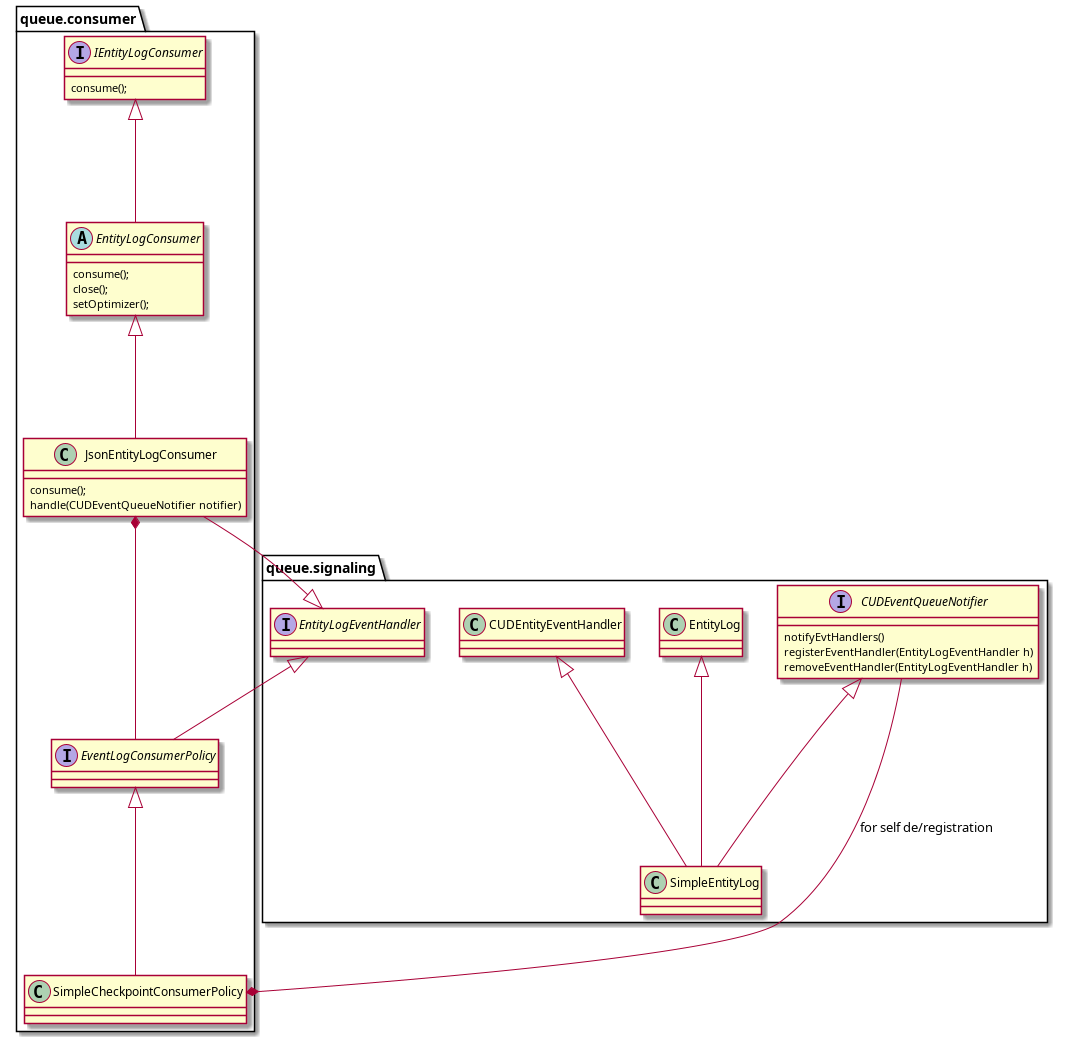
Before: storage_cudevent_queue_consumer.png, a diagram exported from PlantUML (ilkosta/jbudgetimages).
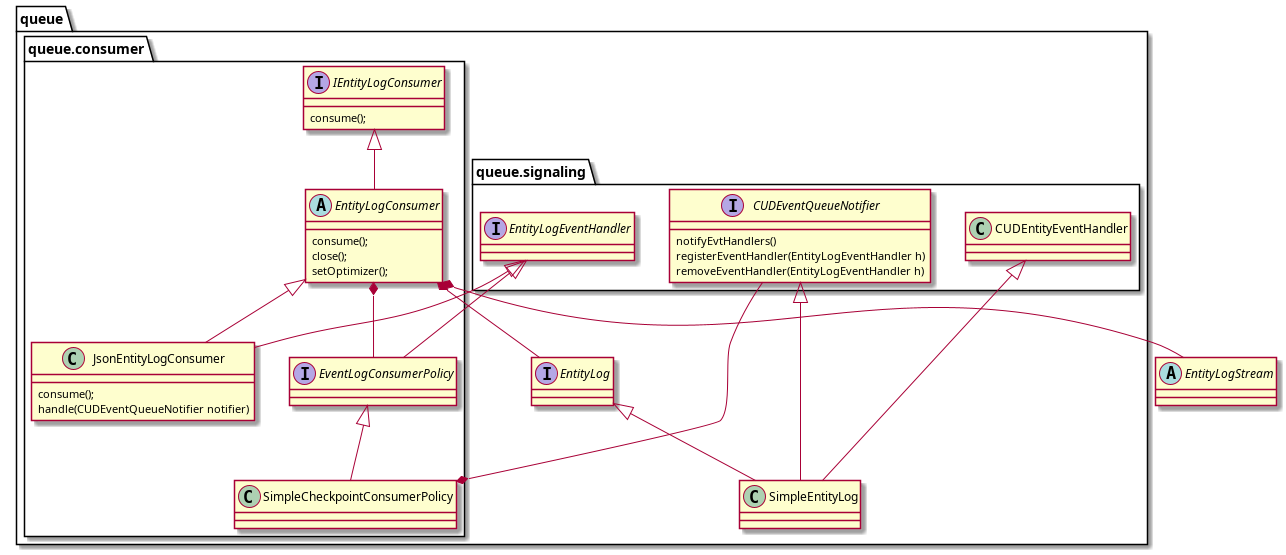
After the change.

What changed in the source:
```diff
@@ -1,53 +1,62 @@
 @startuml ../src/main/java/it/unicam/cs/pa/jbudget101101/doc-files/storage_cudevent_queue_consumer.png
-package queue.signaling {
-    interface CUDEventQueueNotifier {
-      notifyEvtHandlers()
-      registerEventHandler(EntityLogEventHandler h)
-      removeEventHandler(EntityLogEventHandler h)
-    }
-
-    EntityLog               <|-- SimpleEntityLog
-    CUDEntityEventHandler   <|-- SimpleEntityLog
-    CUDEventQueueNotifier   <|-- SimpleEntityLog
-
+abstract class EntityLogStream
+package queue {
+    interface EntityLog
     class SimpleEntityLog
 
-    interface EntityLogEventHandler
+    package queue.signaling {
+        interface CUDEventQueueNotifier {
+          notifyEvtHandlers()
+          registerEventHandler(EntityLogEventHandler h)
+          removeEventHandler(EntityLogEventHandler h)
+        }
 
-}
-package queue.consumer {
-interface IEntityLogConsumer {
-  consume();
-}
-
-IEntityLogConsumer <|-- EntityLogConsumer
-abstract class EntityLogConsumer {
-    consume();
-    close();
-    setOptimizer();
-}
-
-EntityLogConsumer       <|-- JsonEntityLogConsumer
-EntityLogEventHandler   <|-- JsonEntityLogConsumer
-
-
-class JsonEntityLogConsumer {
-    consume();
-    handle(CUDEventQueueNotifier notifier)
-}
-
-JsonEntityLogConsumer *-- EventLogConsumerPolicy
-
-EntityLogEventHandler <|-- EventLogConsumerPolicy
-interface EventLogConsumerPolicy
-EventLogConsumerPolicy <|-- SimpleCheckpointConsumerPolicy
-
-class SimpleCheckpointConsumerPolicy
-SimpleCheckpointConsumerPolicy *-- CUDEventQueueNotifier:for self de/registration
+        EntityLog               <|-- SimpleEntityLog
+        CUDEntityEventHandler   <|-- SimpleEntityLog
+        CUDEventQueueNotifier   <|-- SimpleEntityLog
 
 
 
+        interface EntityLogEventHandler
+
+    }
+
+    package queue.consumer {
+    interface IEntityLogConsumer {
+      consume();
+    }
+
+    IEntityLogConsumer <|-- EntityLogConsumer
+    abstract class EntityLogConsumer {
+        consume();
+        close();
+        setOptimizer();
+    }
+
+    EntityLogConsumer *-- EntityLog
+    EntityLogConsumer *-- EntityLogStream
+
+    EntityLogConsumer       <|-- JsonEntityLogConsumer
+    EntityLogEventHandler   <|-- JsonEntityLogConsumer
+
+
+    class JsonEntityLogConsumer {
+        consume();
+        handle(CUDEventQueueNotifier notifier)
+    }
+
+    EntityLogConsumer *-- EventLogConsumerPolicy
+
+    EntityLogEventHandler <|-- EventLogConsumerPolicy
+    interface EventLogConsumerPolicy
+    EventLogConsumerPolicy <|-- SimpleCheckpointConsumerPolicy
+
+    class SimpleCheckpointConsumerPolicy
+    SimpleCheckpointConsumerPolicy *-- CUDEventQueueNotifier
+
+
+
+    }
 }
 
-
 @enduml
```
